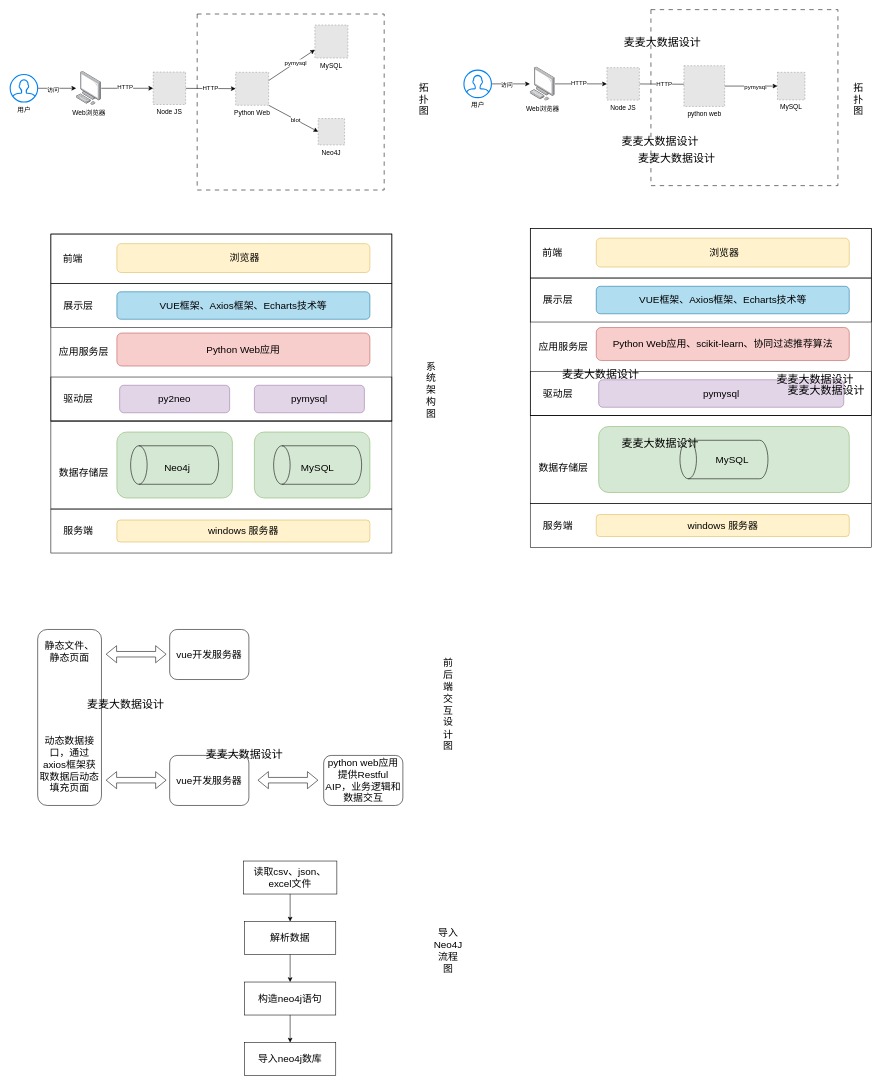
Above: 拓扑图架构图.drawio in redcomet88/DRAW (draw.io), before the change. Source tidied: cells renumbered, new cells numbered last; positions are measured from the earlier drawing's top-left corner, leaving out a move shared by most shapes. Both pictures are drawn from the tidied source at 55%, with x=0, y=0 at pixel (10, 9). Pictures stored in the file or linked from it are replaced by grey dashed boxes.
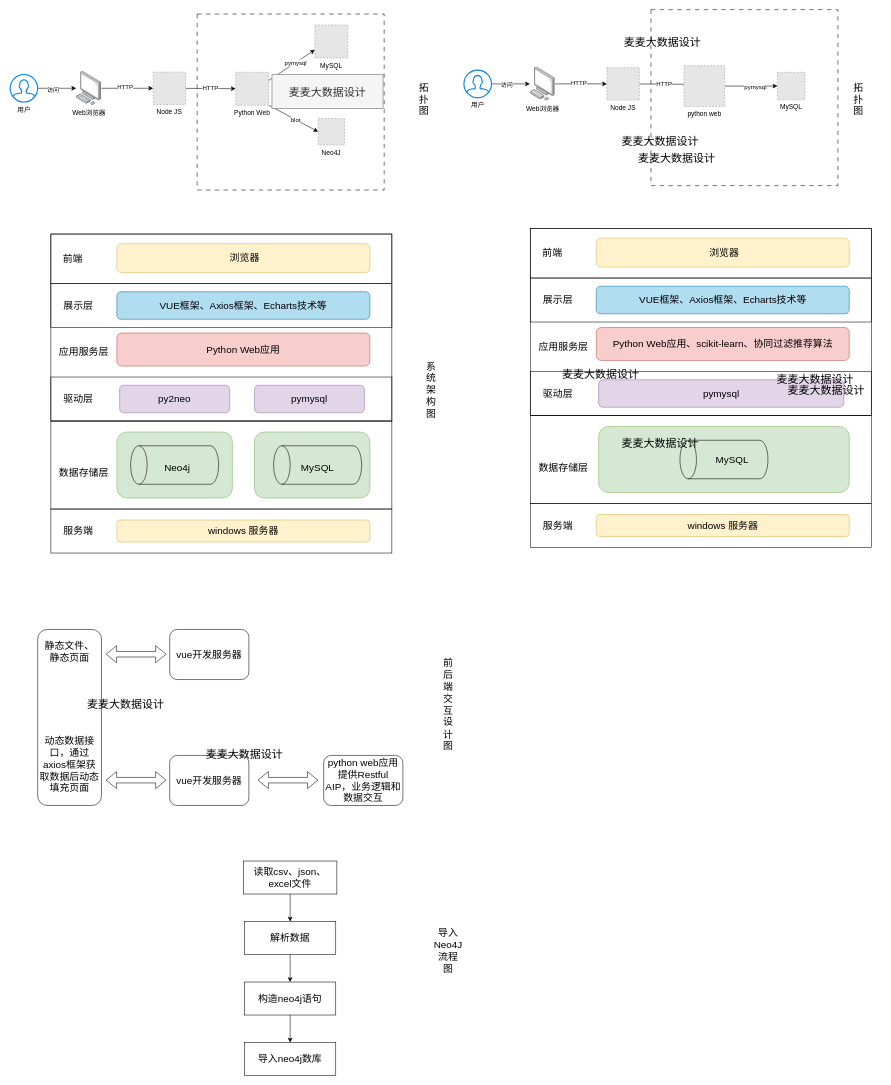
Above is the later version.

Commit message:
更新拓扑图架构图.drawio

What changed in the source:
```diff
@@
+    <mxCell id="105" value="麦麦大数据设计" style="text;html=1;strokeColor=#666666;fillColor=#f5f5f5;align=center;verticalAlign=middle;whiteSpace=wrap;rounded=0;fontSize=20;fontColor=#333333;" parent="1" vertex="1">
+      <mxGeometry x="476" y="118" width="202" height="62" as="geometry" />
+    </mxCell>
```
